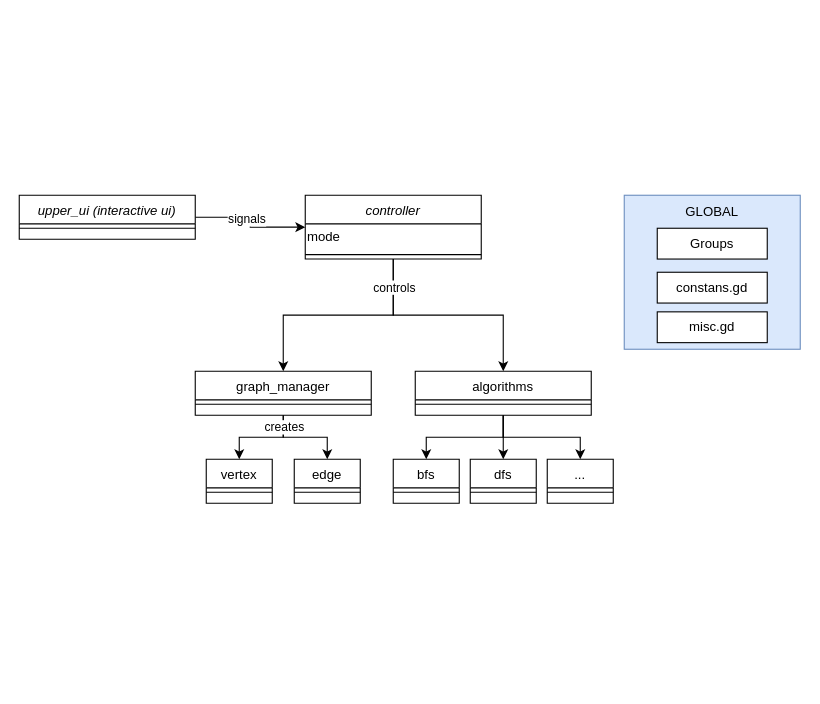
Before: docs/basic_architecture.drawio in cppcake/visu_alpro, a draw.io diagram. Source tidied: cells renumbered, new cells numbered last; positions are measured from the earlier drawing's top-left corner, leaving out a move shared by most shapes. Both pictures are drawn from the tidied source at 110%, with x=0, y=0 at pixel (19, 195).
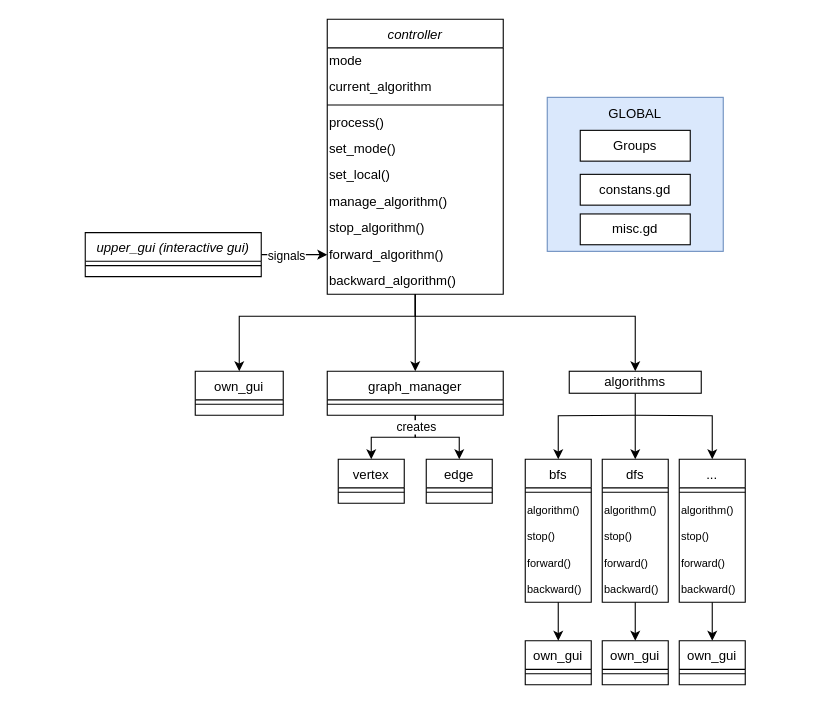
The same page after the edit.

Commit message (it also covers changes not shown here):
update how algorithm is managed in control

Diff of the diagram source:
```diff
@@
     <mxCell id="2" style="whiteSpace=wrap;html=1;fillColor=#dae8fc;strokeColor=#6c8ebf;align=center;" parent="1" vertex="1">
-      <mxGeometry x="550" width="160" height="140" as="geometry" />
+      <mxGeometry x="480" y="-89" width="160" height="140" as="geometry" />
     </mxCell>
-    <mxCell id="3" style="edgeStyle=orthogonalEdgeStyle;rounded=0;jettySize=auto;html=1;entryX=0.5;entryY=0;entryDx=0;entryDy=0;" parent="1" edge="1" source="6" target="12">
-      <mxGeometry relative="1" as="geometry" />
-    </mxCell>
-    <mxCell id="4" style="edgeStyle=orthogonalEdgeStyle;rounded=0;jettySize=auto;html=1;entryX=0.5;entryY=0;entryDx=0;entryDy=0;" parent="1" edge="1" source="6" target="17">
-      <mxGeometry relative="1" as="geometry" />
-    </mxCell>
-    <mxCell id="5" value="controls" style="edgeLabel;html=1;align=center;verticalAlign=middle;" parent="4" vertex="1">
-      <mxGeometry x="-0.75" y="3" relative="1" as="geometry">
-        <mxPoint x="-3" as="offset" />
-      </mxGeometry>
-    </mxCell>
+    <mxCell id="37" style="edgeStyle=orthogonalEdgeStyle;rounded=0;jettySize=auto;html=1;entryX=0.5;entryY=0;entryDx=0;entryDy=0;" parent="1" edge="1" source="6" target="61">
+      <mxGeometry relative="1" as="geometry">
+        <Array as="points">
+          <mxPoint x="360" y="110" />
+          <mxPoint x="200" y="110" />
+        </Array>
+      </mxGeometry>
+    </mxCell>
     <mxCell id="6" value="controller" style="swimlane;fontStyle=2;align=center;verticalAlign=top;horizontal=1;startSize=26;rounded=0;shadow=0;strokeWidth=1;" parent="1" vertex="1">
-      <mxGeometry x="260" width="160" height="58" as="geometry" />
+      <mxGeometry x="280" y="-160" width="160" height="250" as="geometry" />
     </mxCell>
@@
+    <mxCell id="38" value="current_algorithm" style="text;html=1;align=left;verticalAlign=middle;whiteSpace=wrap;rounded=0;" parent="6" vertex="1">
+      <mxGeometry y="50" width="160" height="24" as="geometry" />
+    </mxCell>
     <mxCell id="8" style="line;html=1;strokeWidth=1;align=left;verticalAlign=middle;spacingTop=-1;spacingLeft=3;spacingRight=3;labelPosition=right;" parent="6" vertex="1">
-      <mxGeometry y="50" width="160" height="8" as="geometry" />
+      <mxGeometry y="74" width="160" height="8" as="geometry" />
     </mxCell>
+    <mxCell id="39" value="process()" style="text;html=1;align=left;verticalAlign=middle;whiteSpace=wrap;rounded=0;" parent="6" vertex="1">
+      <mxGeometry y="82" width="160" height="24" as="geometry" />
+    </mxCell>
+    <mxCell id="40" value="set_mode()" style="text;html=1;align=left;verticalAlign=middle;whiteSpace=wrap;rounded=0;" parent="6" vertex="1">
+      <mxGeometry y="106" width="160" height="24" as="geometry" />
+    </mxCell>
+    <mxCell id="41" value="set_local()" style="text;html=1;align=left;verticalAlign=middle;whiteSpace=wrap;rounded=0;" parent="6" vertex="1">
+      <mxGeometry y="130" width="160" height="24" as="geometry" />
+    </mxCell>
+    <mxCell id="42" value="manage_algorithm()" style="text;html=1;align=left;verticalAlign=middle;whiteSpace=wrap;rounded=0;" parent="6" vertex="1">
+      <mxGeometry y="154" width="160" height="24" as="geometry" />
+    </mxCell>
+    <mxCell id="43" value="stop_algorithm()" style="text;html=1;align=left;verticalAlign=middle;whiteSpace=wrap;rounded=0;" parent="6" vertex="1">
+      <mxGeometry y="178" width="160" height="24" as="geometry" />
+    </mxCell>
+    <mxCell id="44" value="forward_algorithm()" style="text;html=1;align=left;verticalAlign=middle;whiteSpace=wrap;rounded=0;" parent="6" vertex="1">
+      <mxGeometry y="202" width="160" height="24" as="geometry" />
+    </mxCell>
+    <mxCell id="45" value="backward_algorithm()" style="text;html=1;align=left;verticalAlign=middle;whiteSpace=wrap;rounded=0;" parent="6" vertex="1">
+      <mxGeometry y="226" width="160" height="24" as="geometry" />
+    </mxCell>
@@
     <mxCell id="12" value="graph_manager" style="swimlane;fontStyle=0;align=center;verticalAlign=top;horizontal=1;startSize=26;rounded=0;shadow=0;strokeWidth=1;" parent="1" vertex="1">
-      <mxGeometry x="160" y="160" width="160" height="40" as="geometry" />
+      <mxGeometry x="280" y="160" width="160" height="40" as="geometry" />
     </mxCell>
@@
-    <mxCell id="14" style="edgeStyle=orthogonalEdgeStyle;rounded=0;jettySize=auto;html=1;entryX=0.5;entryY=0;entryDx=0;entryDy=0;" parent="1" edge="1" source="17" target="27">
-      <mxGeometry relative="1" as="geometry" />
+    <mxCell id="14" style="edgeStyle=orthogonalEdgeStyle;rounded=0;jettySize=auto;html=1;entryX=0.5;entryY=0;entryDx=0;entryDy=0;" parent="1" edge="1" target="27">
+      <mxGeometry relative="1" as="geometry">
+        <mxPoint x="560" y="200" as="sourcePoint" />
+      </mxGeometry>
     </mxCell>
-    <mxCell id="15" style="edgeStyle=orthogonalEdgeStyle;rounded=0;jettySize=auto;html=1;entryX=0.5;entryY=0;entryDx=0;entryDy=0;" parent="1" edge="1" source="17" target="29">
-      <mxGeometry relative="1" as="geometry" />
-    </mxCell>
-    <mxCell id="16" style="edgeStyle=orthogonalEdgeStyle;rounded=0;jettySize=auto;html=1;entryX=0.5;entryY=0;entryDx=0;entryDy=0;" parent="1" edge="1" source="17" target="31">
-      <mxGeometry relative="1" as="geometry" />
+    <mxCell id="16" style="edgeStyle=orthogonalEdgeStyle;rounded=0;jettySize=auto;html=1;entryX=0.5;entryY=0;entryDx=0;entryDy=0;" parent="1" edge="1" target="31">
+      <mxGeometry relative="1" as="geometry">
+        <mxPoint x="560" y="200" as="sourcePoint" />
+      </mxGeometry>
     </mxCell>
-    <mxCell id="17" value="algorithms" style="swimlane;fontStyle=0;align=center;verticalAlign=top;horizontal=1;startSize=26;rounded=0;shadow=0;strokeWidth=1;" parent="1" vertex="1">
-      <mxGeometry x="360" y="160" width="160" height="40" as="geometry" />
-    </mxCell>
-    <mxCell id="18" style="line;html=1;strokeWidth=1;align=left;verticalAlign=middle;spacingTop=-1;spacingLeft=3;spacingRight=3;labelPosition=right;" parent="17" vertex="1">
-      <mxGeometry y="26" width="160" height="8" as="geometry" />
-    </mxCell>
-    <mxCell id="19" style="edgeStyle=orthogonalEdgeStyle;rounded=0;jettySize=auto;html=1;entryX=0;entryY=0.5;entryDx=0;entryDy=0;" parent="1" edge="1" source="21" target="6">
-      <mxGeometry relative="1" as="geometry" />
-    </mxCell>
+    <mxCell id="46" style="edgeStyle=orthogonalEdgeStyle;rounded=0;jettySize=auto;html=1;entryX=0;entryY=0.5;entryDx=0;entryDy=0;" parent="1" edge="1" source="21" target="44">
+      <mxGeometry relative="1" as="geometry" />
+    </mxCell>
-    <mxCell id="20" value="signals" style="edgeLabel;html=1;align=center;verticalAlign=middle;" parent="19" vertex="1">
-      <mxGeometry x="-0.16" y="-1" relative="1" as="geometry" />
+    <mxCell id="20" value="signals" style="edgeLabel;html=1;align=center;verticalAlign=middle;" parent="46" vertex="1">
+      <mxGeometry x="-0.26" relative="1" as="geometry" />
     </mxCell>
-    <mxCell id="21" value="upper_ui (interactive ui)" style="swimlane;fontStyle=2;align=center;verticalAlign=top;horizontal=1;startSize=26;rounded=0;shadow=0;strokeWidth=1;" parent="1" vertex="1">
-      <mxGeometry width="160" height="40" as="geometry" />
+    <mxCell id="21" value="upper_gui (interactive gui)" style="swimlane;fontStyle=2;align=center;verticalAlign=top;horizontal=1;startSize=26;rounded=0;shadow=0;strokeWidth=1;" parent="1" vertex="1">
+      <mxGeometry x="60" y="34" width="160" height="40" as="geometry" />
     </mxCell>
@@
     <mxCell id="23" value="Groups" style="rounded=0;whiteSpace=wrap;html=1;" parent="1" vertex="1">
-      <mxGeometry x="580" y="30" width="100" height="28" as="geometry" />
+      <mxGeometry x="510" y="-59" width="100" height="28" as="geometry" />
     </mxCell>
     <mxCell id="24" value="GLOBAL" style="text;html=1;align=center;verticalAlign=middle;whiteSpace=wrap;rounded=0;" parent="1" vertex="1">
-      <mxGeometry x="600" width="60" height="30" as="geometry" />
+      <mxGeometry x="530" y="-89" width="60" height="30" as="geometry" />
     </mxCell>
     <mxCell id="25" value="constans.gd" style="rounded=0;whiteSpace=wrap;html=1;" parent="1" vertex="1">
-      <mxGeometry x="580" y="70" width="100" height="28" as="geometry" />
+      <mxGeometry x="510" y="-19" width="100" height="28" as="geometry" />
     </mxCell>
     <mxCell id="26" value="misc.gd" style="rounded=0;whiteSpace=wrap;html=1;" parent="1" vertex="1">
-      <mxGeometry x="580" y="106" width="100" height="28" as="geometry" />
+      <mxGeometry x="510" y="17" width="100" height="28" as="geometry" />
     </mxCell>
     <mxCell id="27" value="bfs" style="swimlane;fontStyle=0;align=center;verticalAlign=top;horizontal=1;startSize=26;rounded=0;shadow=0;strokeWidth=1;" parent="1" vertex="1">
-      <mxGeometry x="340" y="240" width="60" height="40" as="geometry" />
+      <mxGeometry x="460" y="240" width="60" height="130" as="geometry" />
     </mxCell>
@@
+    <mxCell id="47" value="algorithm()" style="text;html=1;align=left;verticalAlign=middle;whiteSpace=wrap;rounded=0;fontSize=10;" parent="27" vertex="1">
+      <mxGeometry y="34" width="60" height="24" as="geometry" />
+    </mxCell>
+    <mxCell id="48" value="stop()" style="text;html=1;align=left;verticalAlign=middle;whiteSpace=wrap;rounded=0;fontSize=10;" parent="27" vertex="1">
+      <mxGeometry y="58" width="60" height="24" as="geometry" />
+    </mxCell>
+    <mxCell id="49" value="forward()" style="text;html=1;align=left;verticalAlign=middle;whiteSpace=wrap;rounded=0;fontSize=10;" parent="27" vertex="1">
+      <mxGeometry y="82" width="60" height="24" as="geometry" />
+    </mxCell>
+    <mxCell id="50" value="backward()" style="text;html=1;align=left;verticalAlign=middle;whiteSpace=wrap;rounded=0;fontSize=10;" parent="27" vertex="1">
+      <mxGeometry y="106" width="60" height="24" as="geometry" />
+    </mxCell>
+    <mxCell id="51" style="edgeStyle=orthogonalEdgeStyle;rounded=0;jettySize=auto;html=1;entryX=0.5;entryY=0;entryDx=0;entryDy=0;" parent="1" edge="1" source="29" target="65">
+      <mxGeometry relative="1" as="geometry" />
+    </mxCell>
     <mxCell id="29" value="dfs" style="swimlane;fontStyle=0;align=center;verticalAlign=top;horizontal=1;startSize=26;rounded=0;shadow=0;strokeWidth=1;" parent="1" vertex="1">
-      <mxGeometry x="410" y="240" width="60" height="40" as="geometry" />
+      <mxGeometry x="530" y="240" width="60" height="130" as="geometry" />
     </mxCell>
@@
+    <mxCell id="52" value="algorithm()" style="text;html=1;align=left;verticalAlign=middle;whiteSpace=wrap;rounded=0;fontSize=10;" parent="29" vertex="1">
+      <mxGeometry y="34" width="60" height="24" as="geometry" />
+    </mxCell>
+    <mxCell id="53" value="stop()" style="text;html=1;align=left;verticalAlign=middle;whiteSpace=wrap;rounded=0;fontSize=10;" parent="29" vertex="1">
+      <mxGeometry y="58" width="60" height="24" as="geometry" />
+    </mxCell>
+    <mxCell id="54" value="forward()" style="text;html=1;align=left;verticalAlign=middle;whiteSpace=wrap;rounded=0;fontSize=10;" parent="29" vertex="1">
+      <mxGeometry y="82" width="60" height="24" as="geometry" />
+    </mxCell>
+    <mxCell id="55" value="backward()" style="text;html=1;align=left;verticalAlign=middle;whiteSpace=wrap;rounded=0;fontSize=10;" parent="29" vertex="1">
+      <mxGeometry y="106" width="60" height="24" as="geometry" />
+    </mxCell>
+    <mxCell id="56" style="edgeStyle=orthogonalEdgeStyle;rounded=0;jettySize=auto;html=1;entryX=0.5;entryY=0;entryDx=0;entryDy=0;" parent="1" edge="1" source="31" target="67">
+      <mxGeometry relative="1" as="geometry" />
+    </mxCell>
     <mxCell id="31" value="..." style="swimlane;fontStyle=0;align=center;verticalAlign=top;horizontal=1;startSize=26;rounded=0;shadow=0;strokeWidth=1;" parent="1" vertex="1">
-      <mxGeometry x="480" y="240" width="60" height="40" as="geometry" />
+      <mxGeometry x="600" y="240" width="60" height="130" as="geometry" />
     </mxCell>
@@
+    <mxCell id="57" value="algorithm()" style="text;html=1;align=left;verticalAlign=middle;whiteSpace=wrap;rounded=0;fontSize=10;" parent="31" vertex="1">
+      <mxGeometry y="34" width="60" height="24" as="geometry" />
+    </mxCell>
+    <mxCell id="58" value="stop()" style="text;html=1;align=left;verticalAlign=middle;whiteSpace=wrap;rounded=0;fontSize=10;" parent="31" vertex="1">
+      <mxGeometry y="58" width="60" height="24" as="geometry" />
+    </mxCell>
+    <mxCell id="59" value="forward()" style="text;html=1;align=left;verticalAlign=middle;whiteSpace=wrap;rounded=0;fontSize=10;" parent="31" vertex="1">
+      <mxGeometry y="82" width="60" height="24" as="geometry" />
+    </mxCell>
+    <mxCell id="60" value="backward()" style="text;html=1;align=left;verticalAlign=middle;whiteSpace=wrap;rounded=0;fontSize=10;" parent="31" vertex="1">
+      <mxGeometry y="106" width="60" height="24" as="geometry" />
+    </mxCell>
     <mxCell id="33" value="vertex" style="swimlane;fontStyle=0;align=center;verticalAlign=top;horizontal=1;startSize=26;rounded=0;shadow=0;strokeWidth=1;" parent="1" vertex="1">
-      <mxGeometry x="170" y="240" width="60" height="40" as="geometry" />
+      <mxGeometry x="290" y="240" width="60" height="40" as="geometry" />
     </mxCell>
@@
     <mxCell id="35" value="edge" style="swimlane;fontStyle=0;align=center;verticalAlign=top;horizontal=1;startSize=26;rounded=0;shadow=0;strokeWidth=1;" parent="1" vertex="1">
-      <mxGeometry x="250" y="240" width="60" height="40" as="geometry" />
+      <mxGeometry x="370" y="240" width="60" height="40" as="geometry" />
     </mxCell>
@@
+    <mxCell id="61" value="own_gui" style="swimlane;fontStyle=0;align=center;verticalAlign=top;horizontal=1;startSize=26;rounded=0;shadow=0;strokeWidth=1;" parent="1" vertex="1">
+      <mxGeometry x="160" y="160" width="80" height="40" as="geometry" />
+    </mxCell>
+    <mxCell id="62" style="line;html=1;strokeWidth=1;align=left;verticalAlign=middle;spacingTop=-1;spacingLeft=3;spacingRight=3;labelPosition=right;" parent="61" vertex="1">
+      <mxGeometry y="26" width="80" height="8" as="geometry" />
+    </mxCell>
+    <mxCell id="63" value="own_gui" style="swimlane;fontStyle=0;align=center;verticalAlign=top;horizontal=1;startSize=26;rounded=0;shadow=0;strokeWidth=1;" parent="1" vertex="1">
+      <mxGeometry x="460" y="405" width="60" height="40" as="geometry" />
+    </mxCell>
+    <mxCell id="64" style="line;html=1;strokeWidth=1;align=left;verticalAlign=middle;spacingTop=-1;spacingLeft=3;spacingRight=3;labelPosition=right;" parent="63" vertex="1">
+      <mxGeometry y="26" width="60" height="8" as="geometry" />
+    </mxCell>
+    <mxCell id="65" value="own_gui" style="swimlane;fontStyle=0;align=center;verticalAlign=top;horizontal=1;startSize=26;rounded=0;shadow=0;strokeWidth=1;" parent="1" vertex="1">
+      <mxGeometry x="530" y="405" width="60" height="40" as="geometry" />
+    </mxCell>
+    <mxCell id="66" style="line;html=1;strokeWidth=1;align=left;verticalAlign=middle;spacingTop=-1;spacingLeft=3;spacingRight=3;labelPosition=right;" parent="65" vertex="1">
+      <mxGeometry y="26" width="60" height="8" as="geometry" />
+    </mxCell>
+    <mxCell id="67" value="own_gui" style="swimlane;fontStyle=0;align=center;verticalAlign=top;horizontal=1;startSize=26;rounded=0;shadow=0;strokeWidth=1;" parent="1" vertex="1">
+      <mxGeometry x="600" y="405" width="60" height="40" as="geometry" />
+    </mxCell>
+    <mxCell id="68" style="line;html=1;strokeWidth=1;align=left;verticalAlign=middle;spacingTop=-1;spacingLeft=3;spacingRight=3;labelPosition=right;" parent="67" vertex="1">
+      <mxGeometry y="26" width="60" height="8" as="geometry" />
+    </mxCell>
+    <mxCell id="15" style="edgeStyle=orthogonalEdgeStyle;rounded=0;jettySize=auto;html=1;entryX=0.5;entryY=0;entryDx=0;entryDy=0;" parent="1" edge="1" source="17" target="29">
+      <mxGeometry relative="1" as="geometry" />
+    </mxCell>
+    <mxCell id="17" value="algorithms" style="rounded=0;whiteSpace=wrap;html=1;" parent="1" vertex="1">
+      <mxGeometry x="500" y="160" width="120" height="20" as="geometry" />
+    </mxCell>
+    <mxCell id="69" style="edgeStyle=orthogonalEdgeStyle;rounded=0;jettySize=auto;html=1;entryX=0.5;entryY=0;entryDx=0;entryDy=0;" parent="1" edge="1" source="50" target="63">
+      <mxGeometry relative="1" as="geometry" />
+    </mxCell>
+    <mxCell id="70" style="edgeStyle=orthogonalEdgeStyle;rounded=0;jettySize=auto;html=1;entryX=0.5;entryY=0;entryDx=0;entryDy=0;" parent="1" edge="1" source="45" target="12">
+      <mxGeometry relative="1" as="geometry" />
+    </mxCell>
+    <mxCell id="71" style="edgeStyle=orthogonalEdgeStyle;rounded=0;jettySize=auto;html=1;entryX=0.5;entryY=0;entryDx=0;entryDy=0;fontStyle=4;" parent="1" edge="1" source="45" target="17">
+      <mxGeometry relative="1" as="geometry">
+        <Array as="points">
+          <mxPoint x="360" y="110" />
+          <mxPoint x="560" y="110" />
+        </Array>
+      </mxGeometry>
+    </mxCell>
```
